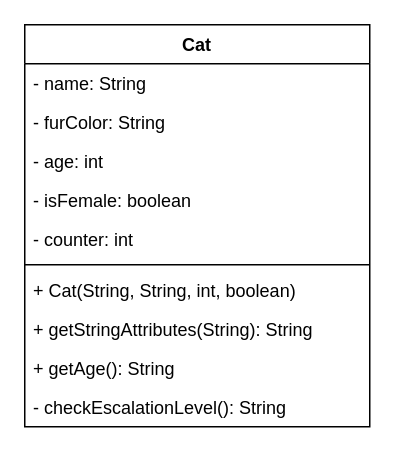
Earlier version of the draw.io diagram page "Cat_2" (3 of 3) of klassendiagramm.drawio (emcc01/02b_Klassen_Objekte_2). Source tidied: cells renumbered, new cells numbered last; positions are measured from the earlier drawing's top-left corner, leaving out a move shared by most shapes. Both pictures are drawn from the tidied source at 150%, with x=0, y=0 at pixel (24, 24).
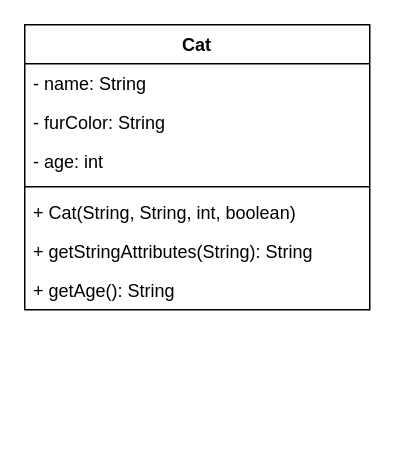
The same page after the edit.

Commit message (it also covers changes not shown here):
mit if else

The edit, as a diff of the source:
```diff
@@
 <mxGraphModel>
   <root>
     <mxCell id="0" />
     <mxCell id="1" parent="0" />
     <mxCell id="2" value="Cat" style="swimlane;fontStyle=1;align=center;verticalAlign=top;horizontal=1;startSize=26;" parent="1" vertex="1">
-      <mxGeometry width="230" height="268" as="geometry" />
+      <mxGeometry width="230" height="190" as="geometry" />
     </mxCell>
     <mxCell id="3" value="- name: String" style="text;strokeColor=none;fillColor=none;align=left;verticalAlign=top;spacingLeft=4;spacingRight=4;overflow=hidden;" parent="2" vertex="1">
       <mxGeometry y="26" width="230" height="26" as="geometry" />
     </mxCell>
     <mxCell id="4" value="- furColor: String" style="text;strokeColor=none;fillColor=none;align=left;verticalAlign=top;spacingLeft=4;spacingRight=4;overflow=hidden;" parent="2" vertex="1">
       <mxGeometry y="52" width="230" height="26" as="geometry" />
     </mxCell>
     <mxCell id="5" value="- age: int" style="text;strokeColor=none;fillColor=none;align=left;verticalAlign=top;spacingLeft=4;spacingRight=4;overflow=hidden;" parent="2" vertex="1">
       <mxGeometry y="78" width="230" height="26" as="geometry" />
     </mxCell>
-    <mxCell id="6" value="- isFemale: boolean" style="text;strokeColor=none;fillColor=none;align=left;verticalAlign=top;spacingLeft=4;spacingRight=4;overflow=hidden;" parent="2" vertex="1">
-      <mxGeometry y="104" width="230" height="26" as="geometry" />
-    </mxCell>
-    <mxCell id="7" value="- counter: int" style="text;strokeColor=none;fillColor=none;align=left;verticalAlign=top;spacingLeft=4;spacingRight=4;overflow=hidden;" parent="2" vertex="1">
-      <mxGeometry y="130" width="230" height="26" as="geometry" />
-    </mxCell>
     <mxCell id="8" style="line;strokeWidth=1;fillColor=none;align=left;verticalAlign=middle;spacingTop=-1;spacingLeft=3;spacingRight=3;labelPosition=right;strokeColor=inherit;" parent="2" vertex="1">
-      <mxGeometry y="156" width="230" height="8" as="geometry" />
+      <mxGeometry y="104" width="230" height="8" as="geometry" />
     </mxCell>
     <mxCell id="9" value="+ Cat(String, String, int, boolean)" style="text;strokeColor=none;fillColor=none;align=left;verticalAlign=top;spacingLeft=4;spacingRight=4;overflow=hidden;" parent="2" vertex="1">
-      <mxGeometry y="164" width="230" height="26" as="geometry" />
+      <mxGeometry y="112" width="230" height="26" as="geometry" />
     </mxCell>
     <mxCell id="10" value="+ getStringAttributes(String): String" style="text;strokeColor=none;fillColor=none;align=left;verticalAlign=top;spacingLeft=4;spacingRight=4;overflow=hidden;" parent="2" vertex="1">
-      <mxGeometry y="190" width="230" height="26" as="geometry" />
+      <mxGeometry y="138" width="230" height="26" as="geometry" />
     </mxCell>
     <mxCell id="11" value="+ getAge(): String" style="text;strokeColor=none;fillColor=none;align=left;verticalAlign=top;spacingLeft=4;spacingRight=4;overflow=hidden;" parent="2" vertex="1">
-      <mxGeometry y="216" width="230" height="26" as="geometry" />
+      <mxGeometry y="164" width="230" height="26" as="geometry" />
     </mxCell>
-    <mxCell id="12" value="- checkEscalationLevel(): String" style="text;strokeColor=none;fillColor=none;align=left;verticalAlign=top;spacingLeft=4;spacingRight=4;overflow=hidden;" parent="2" vertex="1">
-      <mxGeometry y="242" width="230" height="26" as="geometry" />
-    </mxCell>
   </root>
 </mxGraphModel>
```
